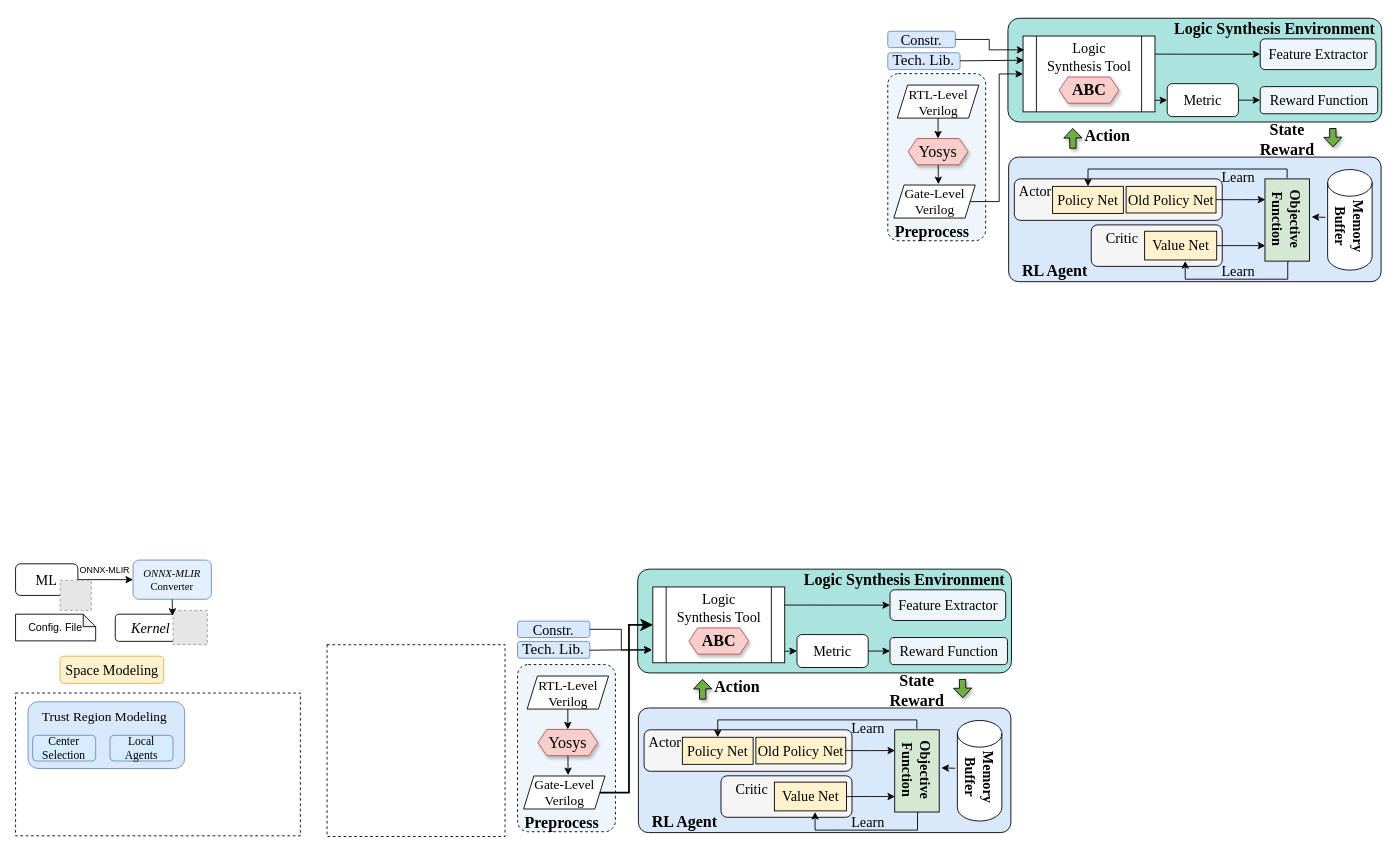
Earlier version of the draw.io diagram RL_framework.drawio (kxzhu0505/Delay-Padding-For-Multi-corner). Source tidied: cells renumbered, new cells numbered last; positions are measured from the earlier drawing's top-left corner, leaving out a move shared by most shapes. Both pictures are drawn from the tidied source at 89%, with x=0, y=0 at pixel (15, 15). Pictures stored in the file or linked from it are replaced by grey dashed boxes.
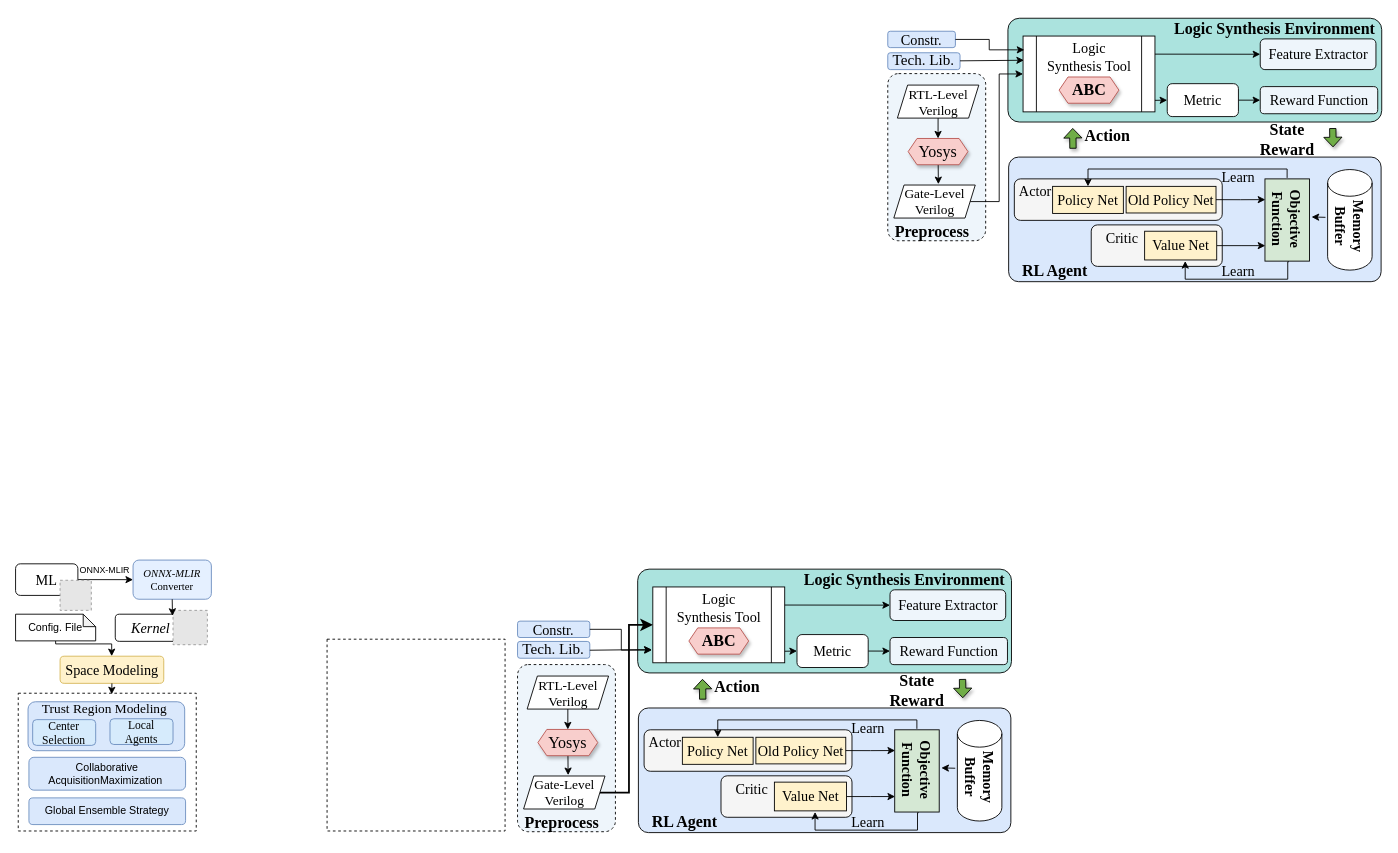
The same page after the edit.

The change refers to these unchanged cells:
```xml
<mxCell id="111" value="Config. File" style="shape=note;whiteSpace=wrap;html=1;backgroundOutline=1;darkOpacity=0.05;size=14;" parent="1" vertex="1">
  <mxGeometry y="672.6" width="90" height="30" as="geometry" />
</mxCell>
<mxCell id="114" value="&lt;p style=&quot;margin-top: 0pt; margin-bottom: 0pt; margin-left: 0in; direction: ltr; unicode-bidi: embed; word-break: normal;&quot;&gt;&lt;font face=&quot;Times New Roman&quot;&gt;&lt;span style=&quot;font-size: 16px;&quot;&gt;Space Modeling&lt;/span&gt;&lt;/font&gt;&lt;/p&gt;" style="rounded=1;whiteSpace=wrap;html=1;fillColor=#fff2cc;strokeColor=#d6b656;" parent="1" vertex="1">
  <mxGeometry x="50" y="719.8" width="116.5" height="30.5" as="geometry" />
</mxCell>
```

Change to the diagram source:
```diff
@@
+    <mxCell id="121" style="edgeStyle=orthogonalEdgeStyle;rounded=0;jettySize=auto;html=1;exitX=0.5;exitY=1;exitDx=0;exitDy=0;exitPerimeter=0;" parent="1" edge="1" source="111" target="114">
+      <mxGeometry relative="1" as="geometry">
+        <Array as="points">
+          <mxPoint x="45" y="706" />
+          <mxPoint x="108" y="706" />
+        </Array>
+      </mxGeometry>
+    </mxCell>
@@
     <mxCell id="115" style="rounded=0;whiteSpace=wrap;html=1;dashed=1;" parent="1" vertex="1">
-      <mxGeometry y="761.2" width="320" height="160.4" as="geometry" />
+      <mxGeometry x="3" y="761.4" width="200" height="154.8" as="geometry" />
     </mxCell>
     <mxCell id="116" style="rounded=0;whiteSpace=wrap;html=1;dashed=1;" parent="1" vertex="1">
-      <mxGeometry x="350" y="706.9" width="200" height="215.5" as="geometry" />
+      <mxGeometry x="350" y="700.7" width="200" height="215.5" as="geometry" />
     </mxCell>
     <mxCell id="117" value="&lt;p style=&quot;language:zh-CN;margin-top:0pt;margin-bottom:0pt;margin-left:0in;&amp;lt;br/&amp;gt;text-align:left;direction:ltr;unicode-bidi:embed;mso-line-break-override:none;&amp;lt;br/&amp;gt;word-break:normal;punctuation-wrap:hanging&quot;&gt;&lt;br&gt;&lt;/p&gt;" style="rounded=1;whiteSpace=wrap;html=1;fillColor=#dae8fc;strokeColor=#6c8ebf;" parent="1" vertex="1">
-      <mxGeometry x="14" y="771" width="176" height="75" as="geometry" />
+      <mxGeometry x="14" y="771" width="176" height="55" as="geometry" />
     </mxCell>
     <mxCell id="118" value="&lt;span&gt;&lt;span style=&quot;color: rgb(0, 0, 0); font-family: &amp;quot;Times New Roman&amp;quot;; font-size: 15px; font-style: normal; font-variant-ligatures: normal; font-variant-caps: normal; font-weight: 400; letter-spacing: normal; orphans: 2; text-align: center; text-indent: 0px; text-transform: none; widows: 2; word-spacing: 0px; -webkit-text-stroke-width: 0px; white-space: normal; text-decoration-thickness: initial; text-decoration-style: initial; text-decoration-color: initial; float: none; display: inline !important;&quot;&gt;Trust&amp;nbsp;&lt;/span&gt;&lt;span style=&quot;color: rgb(0, 0, 0); font-family: &amp;quot;Times New Roman&amp;quot;; font-size: 15px; font-style: normal; font-variant-ligatures: normal; font-variant-caps: normal; font-weight: 400; letter-spacing: normal; orphans: 2; text-align: center; text-indent: 0px; text-transform: none; widows: 2; word-spacing: 0px; -webkit-text-stroke-width: 0px; white-space: normal; text-decoration-thickness: initial; text-decoration-style: initial; text-decoration-color: initial; float: none; display: inline !important;&quot;&gt;Region&lt;/span&gt;&lt;span style=&quot;color: rgb(0, 0, 0); font-family: &amp;quot;Times New Roman&amp;quot;; font-size: 15px; font-style: normal; font-variant-ligatures: normal; font-variant-caps: normal; font-weight: 400; letter-spacing: normal; orphans: 2; text-align: center; text-indent: 0px; text-transform: none; widows: 2; word-spacing: 0px; -webkit-text-stroke-width: 0px; white-space: normal; text-decoration-thickness: initial; text-decoration-style: initial; text-decoration-color: initial; float: none; display: inline !important;&quot;&gt; &lt;/span&gt;&lt;span style=&quot;color: rgb(0, 0, 0); font-family: &amp;quot;Times New Roman&amp;quot;; font-size: 15px; font-style: normal; font-variant-ligatures: normal; font-variant-caps: normal; font-weight: 400; letter-spacing: normal; orphans: 2; text-align: center; text-indent: 0px; text-transform: none; widows: 2; word-spacing: 0px; -webkit-text-stroke-width: 0px; white-space: normal; text-decoration-thickness: initial; text-decoration-style: initial; text-decoration-color: initial; float: none; display: inline !important;&quot;&gt;Modeling&lt;/span&gt;&lt;/span&gt;" style="text;whiteSpace=wrap;html=1;" parent="1" vertex="1">
-      <mxGeometry x="28" y="771.8" width="150" height="30.6" as="geometry" />
+      <mxGeometry x="28" y="763.2" width="150" height="30.6" as="geometry" />
     </mxCell>
     <mxCell id="119" value="&lt;p style=&quot;margin-top: 0pt; margin-bottom: 0pt; margin-left: 0in; direction: ltr; unicode-bidi: embed; word-break: normal;&quot;&gt;&lt;span style=&quot;font-family: &amp;quot;Times New Roman&amp;quot;;&quot;&gt;&lt;font style=&quot;font-size: 13px;&quot;&gt;Center&lt;br/&gt;Selection&lt;/font&gt;&lt;/span&gt;&lt;/p&gt;" style="rounded=1;whiteSpace=wrap;html=1;fillColor=#D6EBFC;strokeColor=#6c8ebf;" parent="1" vertex="1">
-      <mxGeometry x="19.2" y="808.7" width="70.8" height="28.9" as="geometry" />
+      <mxGeometry x="19.2" y="791.1" width="70.8" height="28.9" as="geometry" />
     </mxCell>
     <mxCell id="120" value="&lt;p style=&quot;margin-top: 0pt; margin-bottom: 0pt; margin-left: 0in; direction: ltr; unicode-bidi: embed; word-break: normal;&quot;&gt;&lt;span style=&quot;font-family: &amp;quot;Times New Roman&amp;quot;;&quot;&gt;&lt;font style=&quot;font-size: 13px;&quot;&gt;Local&lt;br&gt;Agents&lt;/font&gt;&lt;/span&gt;&lt;/p&gt;" style="rounded=1;whiteSpace=wrap;html=1;fillColor=#D6EBFC;strokeColor=#6c8ebf;" parent="1" vertex="1">
-      <mxGeometry x="106.1" y="808.7" width="70.8" height="28.9" as="geometry" />
+      <mxGeometry x="106.1" y="790.1" width="70.8" height="28.9" as="geometry" />
     </mxCell>
+    <mxCell id="122" value="&lt;p style=&quot;language:zh-CN;margin-top:0pt;margin-bottom:0pt;margin-left:0in;&amp;lt;br/&amp;gt;text-align:left;direction:ltr;unicode-bidi:embed;mso-line-break-override:none;&amp;lt;br/&amp;gt;word-break:normal;punctuation-wrap:hanging&quot;&gt;Collaborative AcquisitionMaximization&amp;nbsp;&lt;/p&gt;" style="rounded=1;whiteSpace=wrap;html=1;fillColor=#dae8fc;strokeColor=#6c8ebf;" parent="1" vertex="1">
+      <mxGeometry x="15" y="833.4" width="176" height="36.9" as="geometry" />
+    </mxCell>
+    <mxCell id="123" style="edgeStyle=orthogonalEdgeStyle;rounded=0;jettySize=auto;html=1;exitX=0.5;exitY=1;exitDx=0;exitDy=0;entryX=0.525;entryY=0.008;entryDx=0;entryDy=0;entryPerimeter=0;" parent="1" edge="1" source="114" target="115">
+      <mxGeometry relative="1" as="geometry" />
+    </mxCell>
+    <mxCell id="124" value="&lt;p style=&quot;language:zh-CN;margin-top:0pt;margin-bottom:0pt;margin-left:0in;&amp;lt;br/&amp;gt;text-align:left;direction:ltr;unicode-bidi:embed;mso-line-break-override:none;&amp;lt;br/&amp;gt;word-break:normal;punctuation-wrap:hanging&quot;&gt;Global Ensemble Strategy&lt;/p&gt;" style="rounded=1;whiteSpace=wrap;html=1;fillColor=#dae8fc;strokeColor=#6c8ebf;" parent="1" vertex="1">
+      <mxGeometry x="15" y="879" width="176" height="30" as="geometry" />
+    </mxCell>
```
